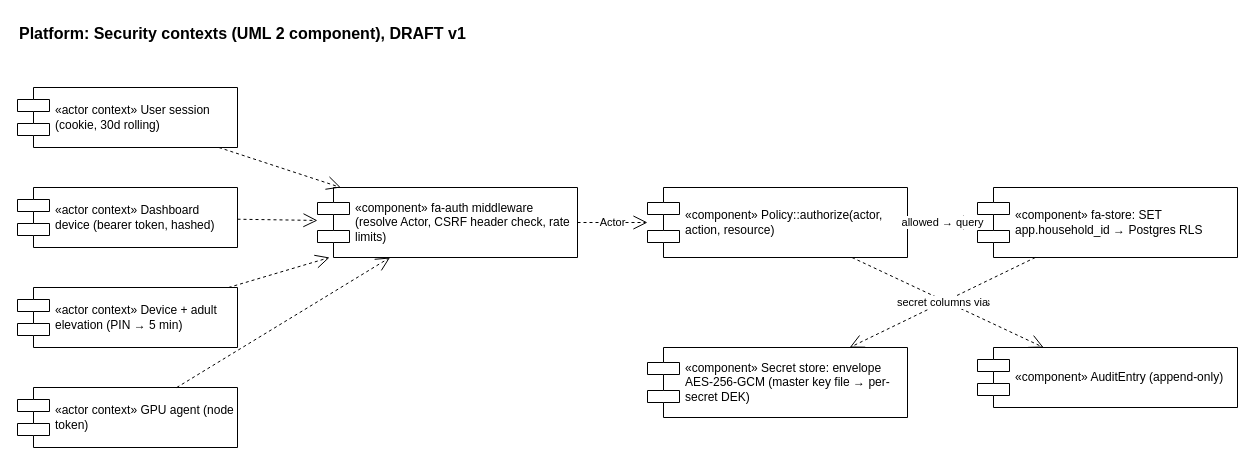
Before: page "Security" (3 of 3) of arch/Platform.drawio in JonGanz/family-assistant, a draw.io diagram. Source tidied: cells renumbered, new cells numbered last; positions are measured from the earlier drawing's top-left corner, leaving out a move shared by most shapes. Both pictures are drawn from the tidied source at 100%, with x=0, y=0 at pixel (17, 17).
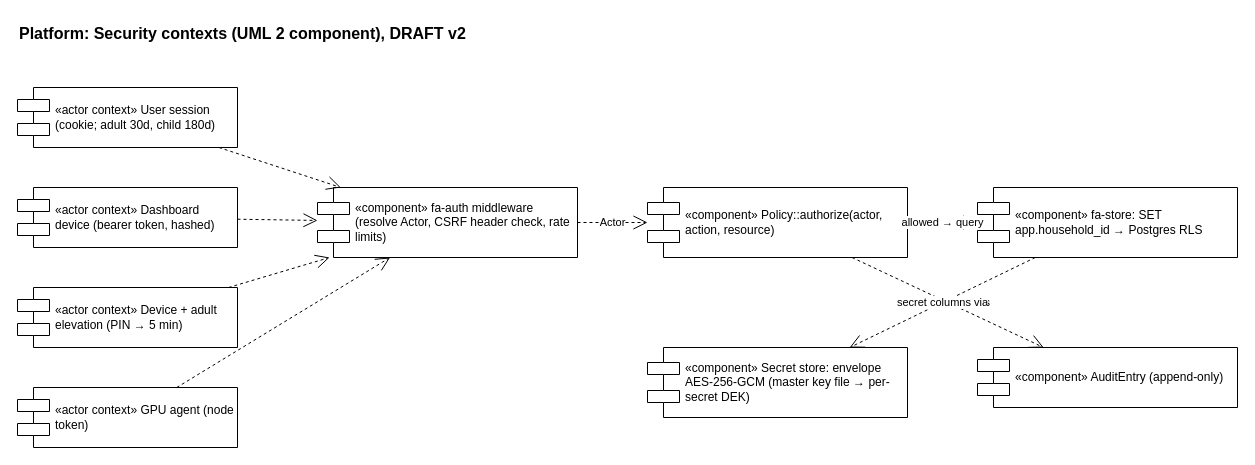
After the change.

What changed in the source:
```diff
@@
 <mxGraphModel>
   <root>
     <mxCell id="0" />
     <mxCell id="1" parent="0" />
-    <mxCell id="2" value="Platform: Security contexts (UML 2 component), DRAFT v1" style="text;fontSize=16;fontStyle=1;html=1;" parent="1" vertex="1">
+    <mxCell id="2" value="Platform: Security contexts (UML 2 component), DRAFT v2" style="text;fontSize=16;fontStyle=1;html=1;" parent="1" vertex="1">
       <mxGeometry width="800" height="30" as="geometry" />
     </mxCell>
-    <mxCell id="3" value="«actor context» User session (cookie, 30d rolling)" style="shape=component;align=left;spacingLeft=36;html=1;whiteSpace=wrap;" parent="1" vertex="1">
+    <mxCell id="3" value="«actor context» User session (cookie; adult 30d, child 180d)" style="shape=component;align=left;spacingLeft=36;html=1;whiteSpace=wrap;" parent="1" vertex="1">
       <mxGeometry y="70" width="220" height="60" as="geometry" />
     </mxCell>
     <mxCell id="4" value="«actor context» Dashboard device (bearer token, hashed)" style="shape=component;align=left;spacingLeft=36;html=1;whiteSpace=wrap;" parent="1" vertex="1">
       <mxGeometry y="170" width="220" height="60" as="geometry" />
     </mxCell>
     <mxCell id="5" value="«actor context» Device + adult elevation (PIN → 5 min)" style="shape=component;align=left;spacingLeft=36;html=1;whiteSpace=wrap;" parent="1" vertex="1">
       <mxGeometry y="270" width="220" height="60" as="geometry" />
     </mxCell>
     <mxCell id="6" value="«actor context» GPU agent (node token)" style="shape=component;align=left;spacingLeft=36;html=1;whiteSpace=wrap;" parent="1" vertex="1">
       <mxGeometry y="370" width="220" height="60" as="geometry" />
     </mxCell>
     <mxCell id="7" value="«component» fa-auth middleware (resolve Actor, CSRF header check, rate limits)" style="shape=component;align=left;spacingLeft=36;html=1;whiteSpace=wrap;" parent="1" vertex="1">
       <mxGeometry x="300" y="170" width="260" height="70" as="geometry" />
     </mxCell>
     <mxCell id="8" value="«component» Policy::authorize(actor, action, resource)" style="shape=component;align=left;spacingLeft=36;html=1;whiteSpace=wrap;" parent="1" vertex="1">
       <mxGeometry x="630" y="170" width="260" height="70" as="geometry" />
     </mxCell>
     <mxCell id="9" value="«component» fa-store: SET app.household_id → Postgres RLS" style="shape=component;align=left;spacingLeft=36;html=1;whiteSpace=wrap;" parent="1" vertex="1">
       <mxGeometry x="960" y="170" width="260" height="70" as="geometry" />
     </mxCell>
     <mxCell id="10" value="«component» Secret store: envelope AES-256-GCM (master key file → per-secret DEK)" style="shape=component;align=left;spacingLeft=36;html=1;whiteSpace=wrap;" parent="1" vertex="1">
       <mxGeometry x="630" y="330" width="260" height="70" as="geometry" />
     </mxCell>
     <mxCell id="11" value="«component» AuditEntry (append-only)" style="shape=component;align=left;spacingLeft=36;html=1;whiteSpace=wrap;" parent="1" vertex="1">
       <mxGeometry x="960" y="330" width="260" height="60" as="geometry" />
     </mxCell>
     <mxCell id="12" style="endArrow=open;endSize=12;html=1;dashed=1;" parent="1" edge="1" source="3" target="7">
       <mxGeometry relative="1" as="geometry" />
     </mxCell>
     <mxCell id="13" style="endArrow=open;endSize=12;html=1;dashed=1;" parent="1" edge="1" source="4" target="7">
       <mxGeometry relative="1" as="geometry" />
     </mxCell>
     <mxCell id="14" style="endArrow=open;endSize=12;html=1;dashed=1;" parent="1" edge="1" source="5" target="7">
       <mxGeometry relative="1" as="geometry" />
     </mxCell>
     <mxCell id="15" style="endArrow=open;endSize=12;html=1;dashed=1;" parent="1" edge="1" source="6" target="7">
       <mxGeometry relative="1" as="geometry" />
     </mxCell>
     <mxCell id="16" value="Actor" style="endArrow=open;endSize=12;html=1;dashed=1;" parent="1" edge="1" source="7" target="8">
       <mxGeometry relative="1" as="geometry" />
     </mxCell>
     <mxCell id="17" value="allowed → query" style="endArrow=open;endSize=12;html=1;dashed=1;" parent="1" edge="1" source="8" target="9">
       <mxGeometry relative="1" as="geometry" />
     </mxCell>
     <mxCell id="18" value="privileged actions" style="endArrow=open;endSize=12;html=1;dashed=1;" parent="1" edge="1" source="8" target="11">
       <mxGeometry relative="1" as="geometry" />
     </mxCell>
     <mxCell id="19" value="secret columns via" style="endArrow=open;endSize=12;html=1;dashed=1;" parent="1" edge="1" source="9" target="10">
       <mxGeometry relative="1" as="geometry" />
     </mxCell>
   </root>
 </mxGraphModel>
```
